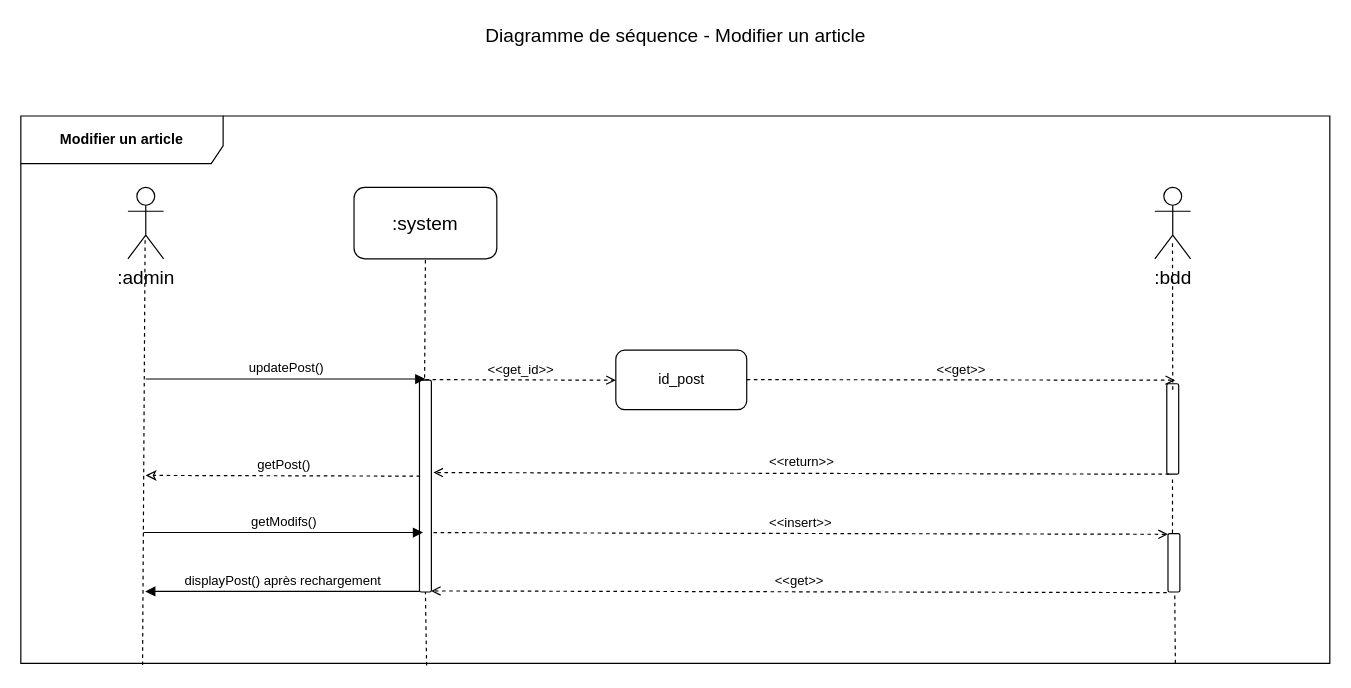
LudwigELATRE/Actuli keeps this draw.io diagram as uml-diagrams/drawio/diagram-sequence-update-article.drawio. Above is the earlier version. Source tidied: cells renumbered, new cells numbered last; positions are measured from the earlier drawing's top-left corner, leaving out a move shared by most shapes. Both pictures are drawn from the tidied source at 119%, with x=0, y=0 at pixel (20, 20).
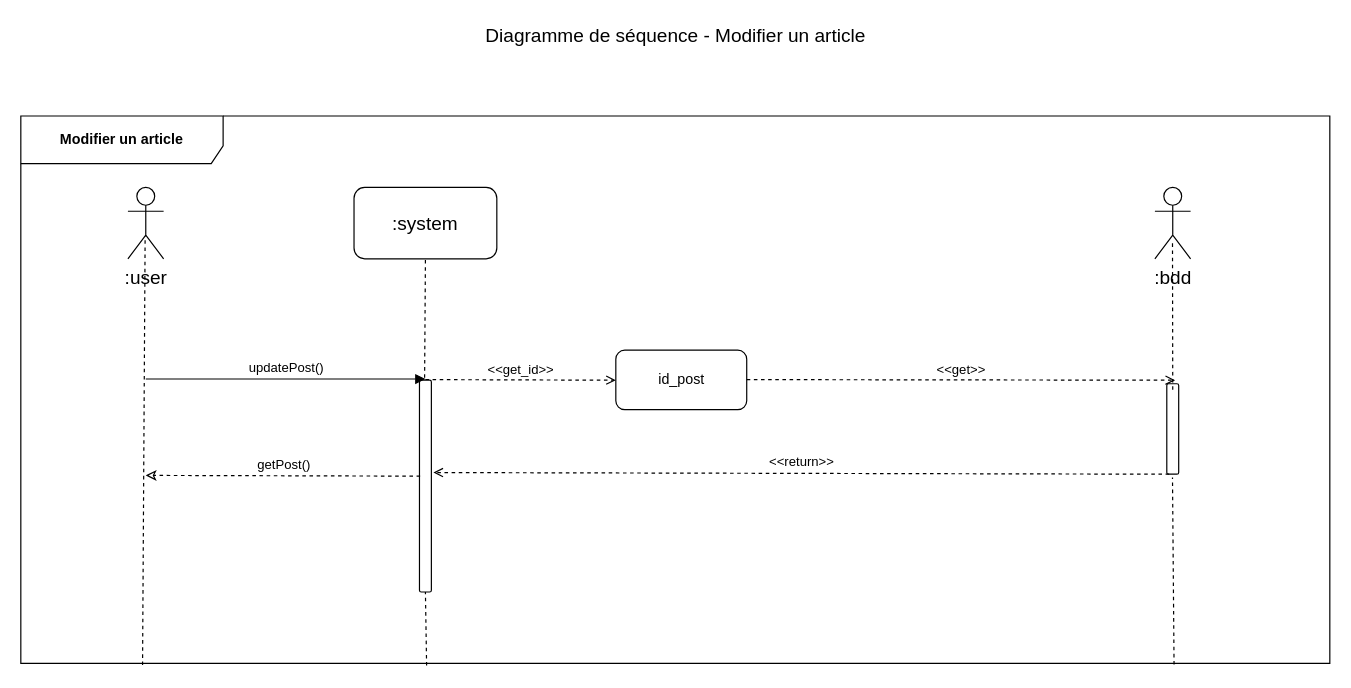
The same page after the edit.

Unchanged cells that the change refers to:
```xml
<mxCell id="2" value="Modifier un article" style="shape=umlFrame;whiteSpace=wrap;html=1;width=170;height=40;fontStyle=1;labelBackgroundColor=#ffffff;labelBorderColor=none;gradientColor=none;swimlaneFillColor=none;shadow=0;strokeColor=#000000;" parent="1" vertex="1">
  <mxGeometry y="80" width="1100" height="460" as="geometry" />
</mxCell>
<mxCell id="14" style="html=1;points=[];perimeter=orthogonalPerimeter;rounded=1;gradientColor=none;" parent="1" vertex="1">
  <mxGeometry x="963" y="305" width="10" height="76" as="geometry" />
</mxCell>
```

The edit, as a diff of the source:
```diff
@@
-    <mxCell id="4" value=":admin" style="shape=umlActor;verticalLabelPosition=bottom;labelBackgroundColor=#ffffff;verticalAlign=top;html=1;shadow=0;strokeColor=#000000;gradientColor=none;fontSize=16;align=center;" parent="1" vertex="1">
+    <mxCell id="4" value=":user" style="shape=umlActor;verticalLabelPosition=bottom;labelBackgroundColor=#ffffff;verticalAlign=top;html=1;shadow=0;strokeColor=#000000;gradientColor=none;fontSize=16;align=center;" parent="1" vertex="1">
       <mxGeometry x="90" y="140" width="30" height="60" as="geometry" />
     </mxCell>
@@
-    <mxCell id="19" value="getModifs()" style="html=1;verticalAlign=bottom;endArrow=block;fontSize=11;" parent="1" edge="1">
-      <mxGeometry relative="1" as="geometry">
-        <mxPoint x="103" y="430" as="sourcePoint" />
-        <mxPoint x="338" y="430" as="targetPoint" />
-      </mxGeometry>
-    </mxCell>
-    <mxCell id="20" style="endArrow=none;dashed=1;html=1;fontSize=16;entryX=0.556;entryY=0.739;entryDx=0;entryDy=0;entryPerimeter=0;exitX=0.882;exitY=1;exitDx=0;exitDy=0;exitPerimeter=0;" parent="1" edge="1" source="2" target="21">
-      <mxGeometry relative="1" as="geometry" />
-    </mxCell>
-    <mxCell id="21" style="html=1;points=[];perimeter=orthogonalPerimeter;rounded=1;gradientColor=none;" parent="1" vertex="1">
-      <mxGeometry x="964" y="431" width="10" height="49" as="geometry" />
-    </mxCell>
-    <mxCell id="22" value="&amp;lt;&amp;lt;insert&amp;gt;&amp;gt;" style="html=1;verticalAlign=bottom;endArrow=none;fontSize=11;dashed=1;endFill=0;entryX=1.168;entryY=0.713;entryDx=0;entryDy=0;entryPerimeter=0;exitX=0.146;exitY=0.999;exitDx=0;exitDy=0;exitPerimeter=0;startArrow=open;startFill=0;" parent="1" edge="1">
-      <mxGeometry relative="1" as="geometry">
-        <mxPoint x="964" y="431.5" as="sourcePoint" />
-        <mxPoint x="345.7" y="430.1" as="targetPoint" />
-      </mxGeometry>
-    </mxCell>
-    <mxCell id="23" style="endArrow=none;dashed=1;html=1;entryX=0.479;entryY=1.037;entryDx=0;entryDy=0;entryPerimeter=0;exitX=0.379;exitY=-0.013;exitDx=0;exitDy=0;exitPerimeter=0;" parent="1" edge="1" source="21" target="14">
+    <mxCell id="23" style="endArrow=none;dashed=1;html=1;entryX=0.479;entryY=1.037;entryDx=0;entryDy=0;entryPerimeter=0;exitX=0.881;exitY=1.002;exitDx=0;exitDy=0;exitPerimeter=0;" parent="1" edge="1" source="2" target="14">
       <mxGeometry relative="1" as="geometry" />
     </mxCell>
-    <mxCell id="24" value="&amp;lt;&amp;lt;get&amp;gt;&amp;gt;" style="html=1;verticalAlign=bottom;endArrow=open;fontSize=11;dashed=1;endFill=0;entryX=1.168;entryY=0.713;entryDx=0;entryDy=0;entryPerimeter=0;exitX=0.146;exitY=0.999;exitDx=0;exitDy=0;exitPerimeter=0;startArrow=none;startFill=0;" parent="1" edge="1">
-      <mxGeometry relative="1" as="geometry">
-        <mxPoint x="963" y="480.5" as="sourcePoint" />
-        <mxPoint x="344.7" y="479.1" as="targetPoint" />
-      </mxGeometry>
-    </mxCell>
-    <mxCell id="25" value="displayPost() après rechargement" style="html=1;verticalAlign=bottom;endArrow=block;fontSize=11;exitX=0.057;exitY=0.667;exitDx=0;exitDy=0;exitPerimeter=0;" parent="1" edge="1">
-      <mxGeometry relative="1" as="geometry">
-        <mxPoint x="335.1" y="479.5" as="sourcePoint" />
-        <mxPoint x="104.5" y="479.5" as="targetPoint" />
-      </mxGeometry>
-    </mxCell>
```
